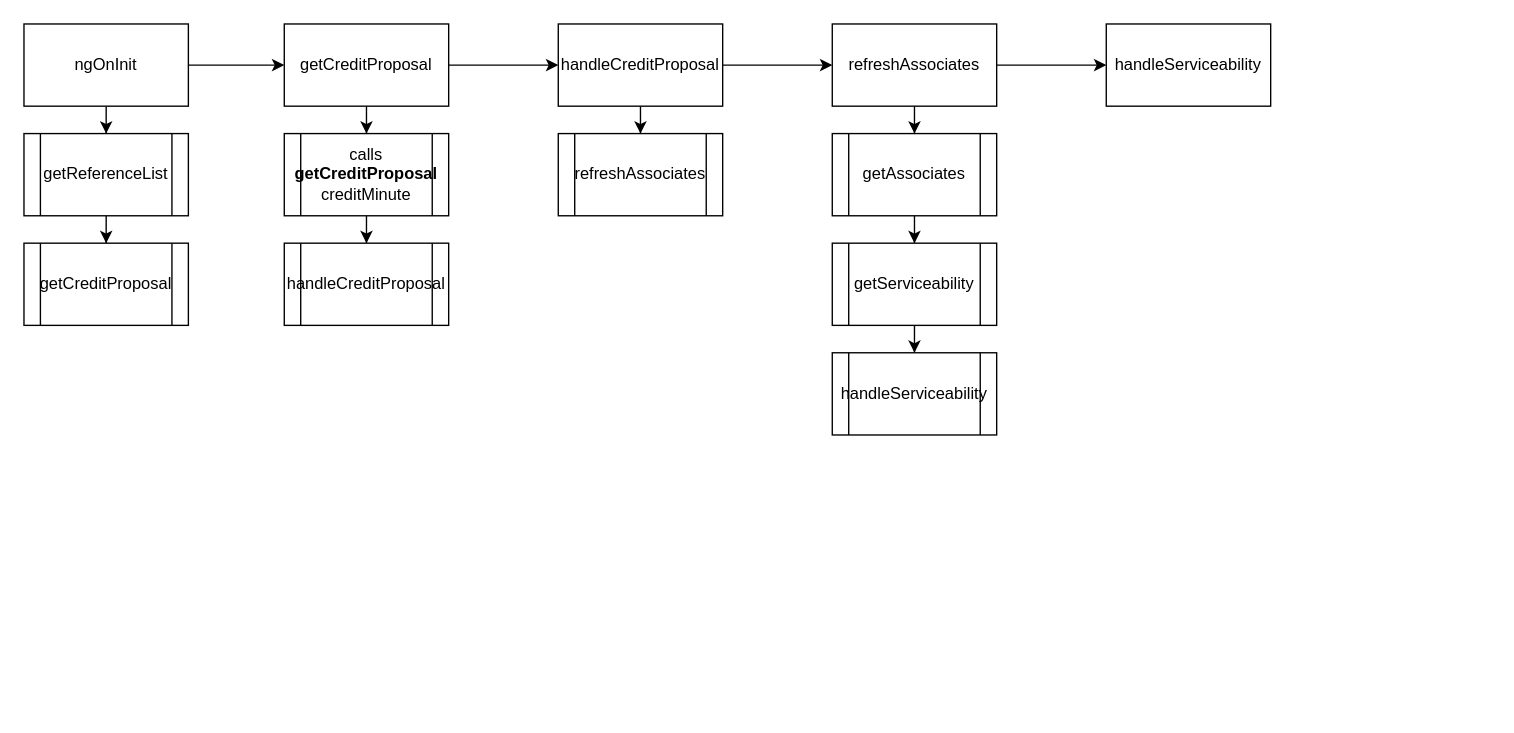
This is Untitled Diagram.drawio from Que2701/code-flow, a draw.io file, before an edit. Source tidied: cells renumbered, new cells numbered last; positions are measured from the earlier drawing's top-left corner, leaving out a move shared by most shapes. Both pictures are drawn from the tidied source at 137%, with x=0, y=0 at pixel (23, 23).
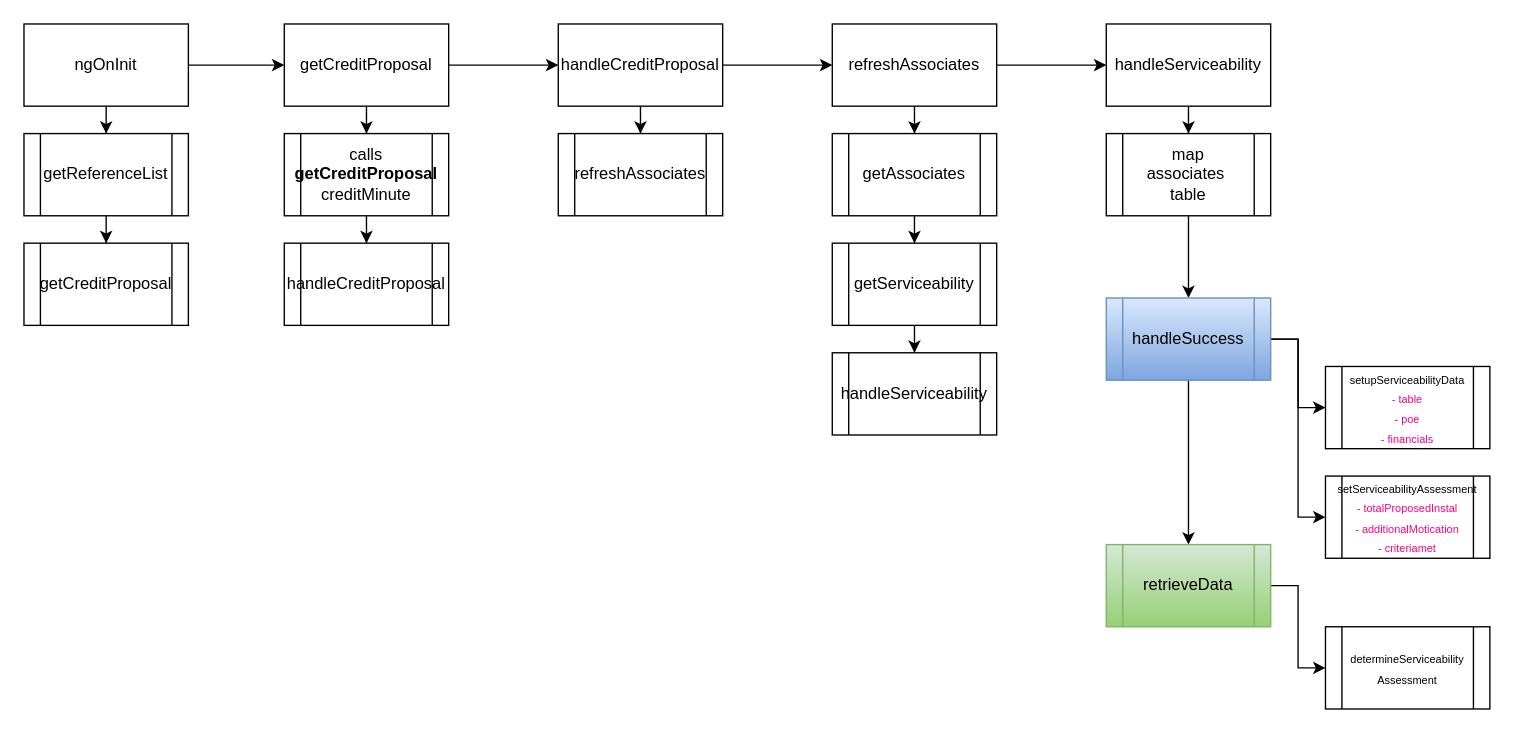
The same diagram, later.

Commit message:
add child nodes

Unchanged cells that the change refers to:
```xml
<mxCell id="25" value="handleServiceability" style="whiteSpace=wrap;html=1;rounded=0;" parent="1" vertex="1">
  <mxGeometry x="790" width="120" height="60" as="geometry" />
</mxCell>
```

Change to the diagram source:
```diff
@@
+    <mxCell id="27" style="edgeStyle=orthogonalEdgeStyle;rounded=0;jettySize=auto;html=1;" parent="1" edge="1" source="25" target="29">
+      <mxGeometry relative="1" as="geometry" />
+    </mxCell>
@@
+    <mxCell id="28" style="edgeStyle=orthogonalEdgeStyle;rounded=0;jettySize=auto;html=1;" parent="1" edge="1" source="29" target="33">
+      <mxGeometry relative="1" as="geometry" />
+    </mxCell>
+    <mxCell id="29" value="map&lt;br&gt;associates&amp;nbsp;&lt;br&gt;table" style="shape=process;whiteSpace=wrap;html=1;backgroundOutline=1;rounded=0;" parent="1" vertex="1">
+      <mxGeometry x="790" y="80" width="120" height="60" as="geometry" />
+    </mxCell>
+    <mxCell id="30" style="edgeStyle=orthogonalEdgeStyle;rounded=0;jettySize=auto;html=1;" parent="1" edge="1" source="33" target="35">
+      <mxGeometry relative="1" as="geometry" />
+    </mxCell>
+    <mxCell id="31" style="edgeStyle=orthogonalEdgeStyle;rounded=0;jettySize=auto;html=1;" parent="1" edge="1" source="33" target="36">
+      <mxGeometry relative="1" as="geometry" />
+    </mxCell>
+    <mxCell id="32" style="edgeStyle=orthogonalEdgeStyle;rounded=0;jettySize=auto;html=1;entryX=0;entryY=0.5;entryDx=0;entryDy=0;" parent="1" edge="1" source="33" target="37">
+      <mxGeometry relative="1" as="geometry" />
+    </mxCell>
+    <mxCell id="33" value="handleSuccess" style="shape=process;whiteSpace=wrap;html=1;backgroundOutline=1;rounded=0;fillColor=#dae8fc;gradientColor=#7ea6e0;strokeColor=#6c8ebf;" parent="1" vertex="1">
+      <mxGeometry x="790" y="200" width="120" height="60" as="geometry" />
+    </mxCell>
+    <mxCell id="34" style="edgeStyle=orthogonalEdgeStyle;rounded=0;jettySize=auto;html=1;" parent="1" edge="1" source="35" target="38">
+      <mxGeometry relative="1" as="geometry" />
+    </mxCell>
+    <mxCell id="35" value="retrieveData" style="shape=process;whiteSpace=wrap;html=1;backgroundOutline=1;rounded=0;fillColor=#d5e8d4;gradientColor=#97d077;strokeColor=#82b366;" parent="1" vertex="1">
+      <mxGeometry x="790" y="380" width="120" height="60" as="geometry" />
+    </mxCell>
+    <mxCell id="36" value="&lt;font style=&quot;font-size: 8px;&quot;&gt;setupServiceabilityData&lt;br&gt;&lt;font color=&quot;#ff0080&quot;&gt;- table&lt;br&gt;- poe&lt;br&gt;- financials&lt;/font&gt;&lt;br&gt;&lt;/font&gt;" style="shape=process;whiteSpace=wrap;html=1;backgroundOutline=1;rounded=0;" parent="1" vertex="1">
+      <mxGeometry x="950" y="250" width="120" height="60" as="geometry" />
+    </mxCell>
+    <mxCell id="37" value="&lt;font style=&quot;font-size: 8px;&quot;&gt;setServiceabilityAssessment&lt;br&gt;&lt;font color=&quot;#ff0080&quot;&gt;- totalProposedInstal&lt;br&gt;- additionalMotication&lt;br&gt;- criteriamet&lt;/font&gt;&lt;br&gt;&lt;/font&gt;" style="shape=process;whiteSpace=wrap;html=1;backgroundOutline=1;rounded=0;" parent="1" vertex="1">
+      <mxGeometry x="950" y="330" width="120" height="60" as="geometry" />
+    </mxCell>
+    <mxCell id="38" value="&lt;font style=&quot;font-size: 8px;&quot;&gt;determineServiceability&lt;br&gt;Assessment&lt;/font&gt;" style="shape=process;whiteSpace=wrap;html=1;backgroundOutline=1;rounded=0;" parent="1" vertex="1">
+      <mxGeometry x="950" y="440" width="120" height="60" as="geometry" />
+    </mxCell>
```
